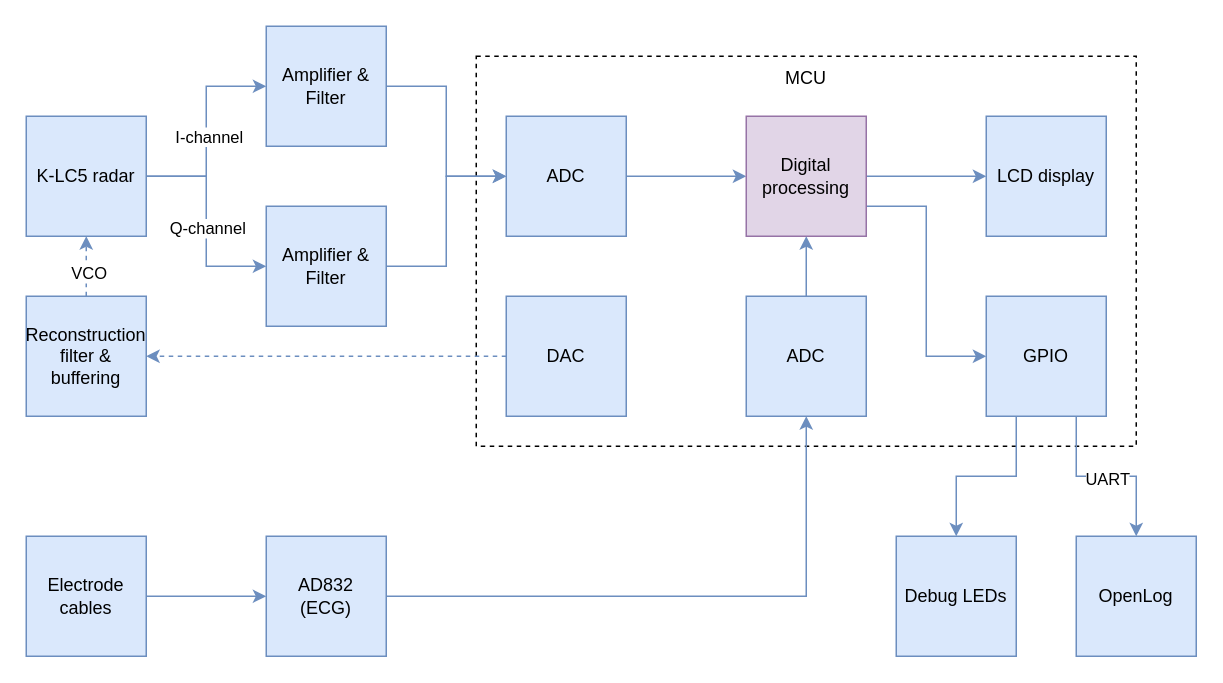
This is 5_Subsystem Tests/HW_Block_Diagram.drawio from Tommy270502/PM4, a draw.io file, before an edit. Source tidied: cells renumbered, new cells numbered last; positions are measured from the earlier drawing's top-left corner, leaving out a move shared by most shapes. Both pictures are drawn from the tidied source at 150%, with x=0, y=0 at pixel (26, 26).
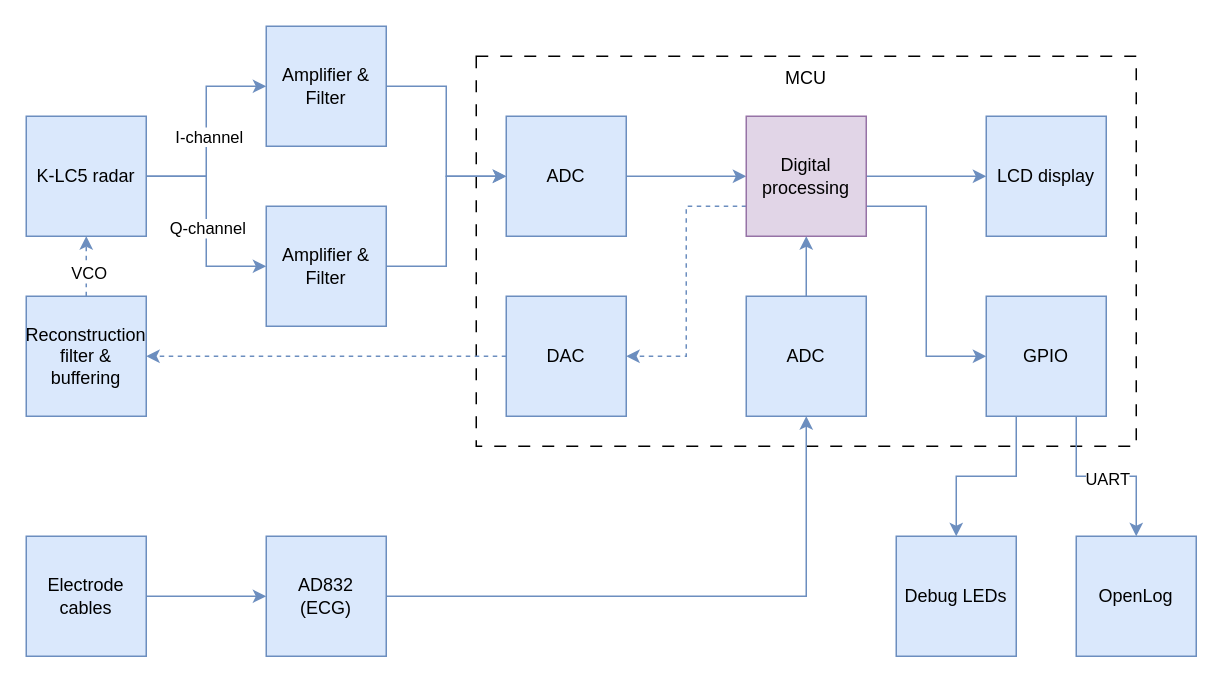
The same diagram, later.

Commit message (it also covers changes not shown here):
hw block diagram - minor improvement

Unchanged cells that the change refers to:
```xml
<mxCell id="17" value="Digital processing" style="whiteSpace=wrap;html=1;fillColor=#e1d5e7;strokeColor=#9673a6;" parent="1" vertex="1">
  <mxGeometry x="480" y="60" width="80" height="80" as="geometry" />
</mxCell>
<mxCell id="20" value="DAC" style="whiteSpace=wrap;html=1;fillColor=#dae8fc;strokeColor=#6c8ebf;" parent="1" vertex="1">
  <mxGeometry x="320" y="180" width="80" height="80" as="geometry" />
</mxCell>
```

Change to the diagram source:
```diff
@@
-    <mxCell id="2" style="rounded=0;whiteSpace=wrap;html=1;fillColor=none;dashed=1;" parent="1" vertex="1">
+    <mxCell id="2" style="rounded=0;whiteSpace=wrap;html=1;fillColor=none;dashed=1;dashPattern=8 8;" parent="1" vertex="1">
       <mxGeometry x="300" y="20" width="440" height="260" as="geometry" />
     </mxCell>
@@
+    <mxCell id="36" style="edgeStyle=orthogonalEdgeStyle;rounded=0;jettySize=auto;html=1;exitX=0;exitY=0.75;exitDx=0;exitDy=0;entryX=1;entryY=0.5;entryDx=0;entryDy=0;fillColor=#dae8fc;strokeColor=#6c8ebf;dashed=1;" parent="1" edge="1" source="17" target="20">
+      <mxGeometry relative="1" as="geometry" />
+    </mxCell>
```
